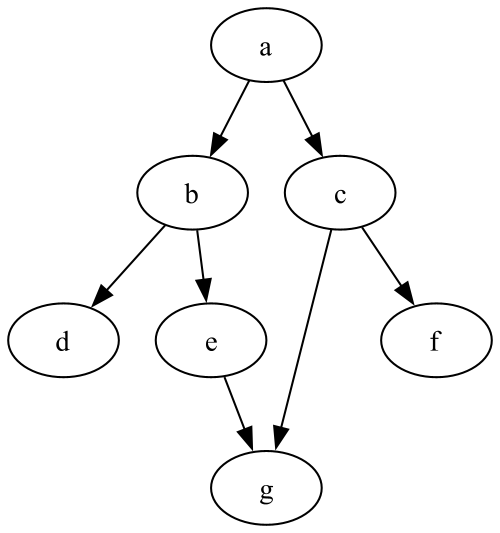
This is src/main/resources/output.png from ryanalfa94/-CSE-464-2024-ralfa, a Graphviz export, as it was before one commit. Its source is kept beside it as src/main/resources/output.dot. Source of this version:
```dot
digraph "G" {
"a" -> "b"
"a" -> "c"
"b" -> "d"
"b" -> "e"
"e" -> "g"
"c" -> "f"
"c" -> "g"
}
```
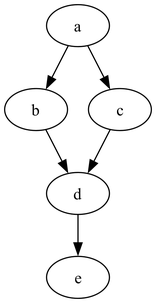
After the commit.

Change to the diagram source:
```diff
@@ -2,8 +2,6 @@
 "a" -> "b"
 "a" -> "c"
 "b" -> "d"
-"b" -> "e"
-"e" -> "g"
-"c" -> "f"
-"c" -> "g"
+"d" -> "e"
+"c" -> "d"
 }
```
